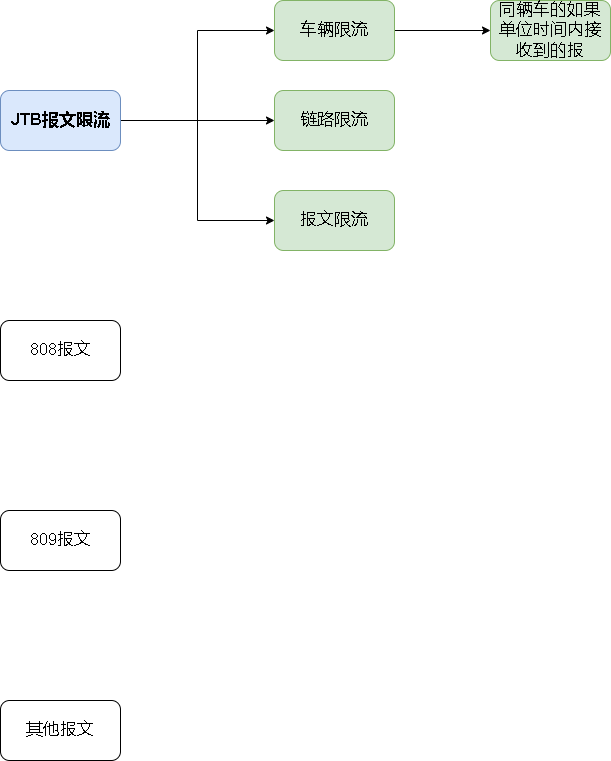
Earlier version of the draw.io export jtb报文限流.drawio.png (xktder/draw). Source tidied: cells renumbered, new cells last; positions are measured from the earlier drawing's top-left corner, leaving out a move shared by most shapes.
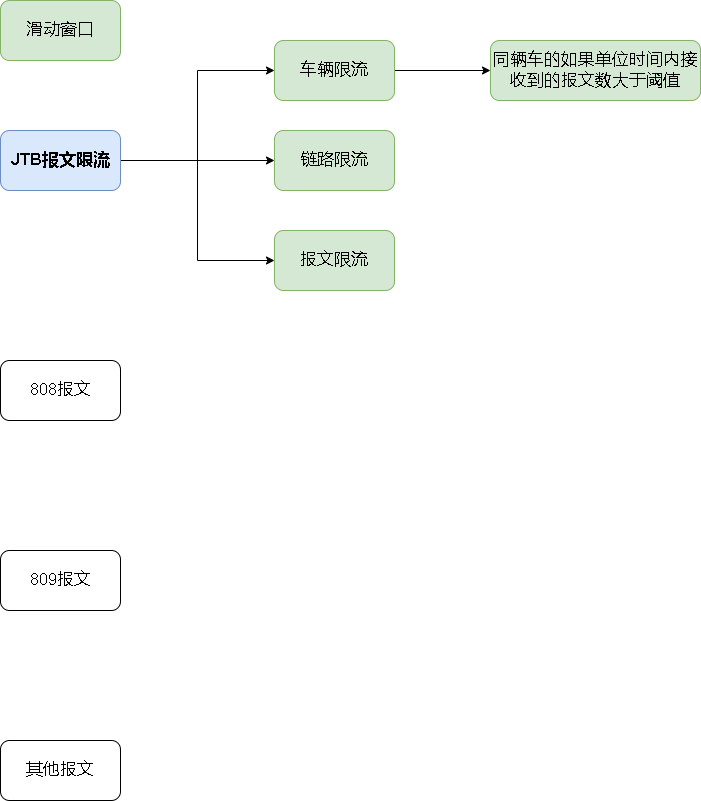
After the commit.

Commit message:
更新jtb报文限流.drawio.png

Change to the diagram source:
```diff
@@ -35,8 +35,11 @@
     <mxCell id="12" value="报文限流" style="rounded=1;whiteSpace=wrap;html=1;fontSize=17;fillColor=#d5e8d4;strokeColor=#82b366;" parent="1" vertex="1">
       <mxGeometry x="274" y="190" width="120" height="60" as="geometry" />
     </mxCell>
-    <mxCell id="13" value="同辆车的如果单位时间内接收到的报" style="rounded=1;whiteSpace=wrap;html=1;fontSize=17;fillColor=#d5e8d4;strokeColor=#82b366;" parent="1" vertex="1">
-      <mxGeometry x="490" width="120" height="60" as="geometry" />
+    <mxCell id="13" value="同辆车的如果单位时间内接收到的报文数大于阈值" style="rounded=1;whiteSpace=wrap;html=1;fontSize=17;fillColor=#d5e8d4;strokeColor=#82b366;" parent="1" vertex="1">
+      <mxGeometry x="490" width="210" height="60" as="geometry" />
     </mxCell>
+    <mxCell id="14" value="滑动窗口" style="rounded=1;whiteSpace=wrap;html=1;fontSize=17;fillColor=#d5e8d4;strokeColor=#82b366;" parent="1" vertex="1">
+      <mxGeometry y="-40" width="120" height="60" as="geometry" />
+    </mxCell>
   </root>
 </mxGraphModel>
```
